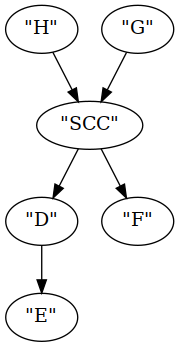
Earlier version of the Graphviz export example_code/modified_graph.png (robert-at-pretension-io/Totally-Not-Skynet). Its source is kept beside it as example_code/modified_graph.dot.
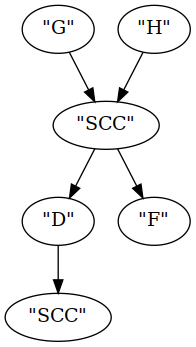
The same file after the commit.

What changed in the source:
```diff
@@ -1,13 +1,13 @@
 digraph {
-    0 [ label = "\"H\"" ]
-    1 [ label = "\"G\"" ]
-    2 [ label = "\"SCC\"" ]
+    0 [ label = "\"G\"" ]
+    1 [ label = "\"SCC\"" ]
+    2 [ label = "\"H\"" ]
     3 [ label = "\"D\"" ]
-    4 [ label = "\"E\"" ]
+    4 [ label = "\"SCC\"" ]
     5 [ label = "\"F\"" ]
-    0 -> 2 [ ]
-    1 -> 2 [ ]
-    2 -> 3 [ ]
+    0 -> 1 [ ]
+    2 -> 1 [ ]
+    1 -> 3 [ ]
+    1 -> 5 [ ]
     3 -> 4 [ ]
-    2 -> 5 [ ]
 }
```
